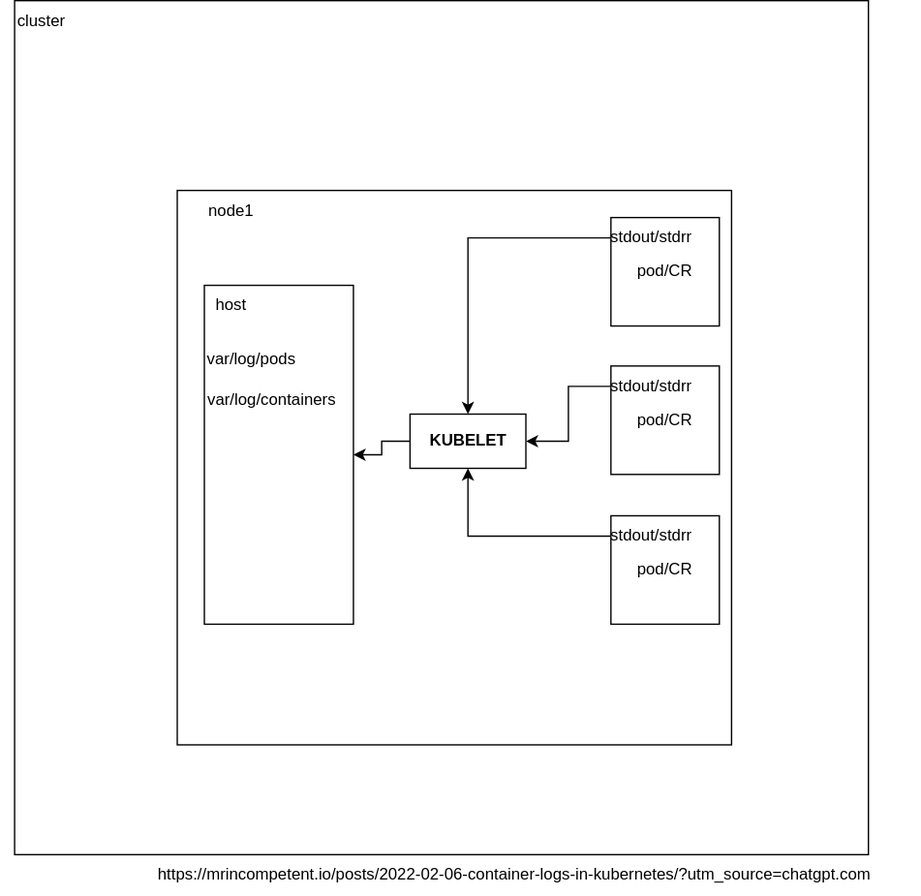
jottakayo/topology-diagrams keeps this draw.io diagram as infrastructure/log-storage-node.drawio.svg. Above is the earlier version. Source tidied: cells renumbered, new cells last; positions are measured from the earlier drawing's top-left corner, leaving out a move shared by most shapes.
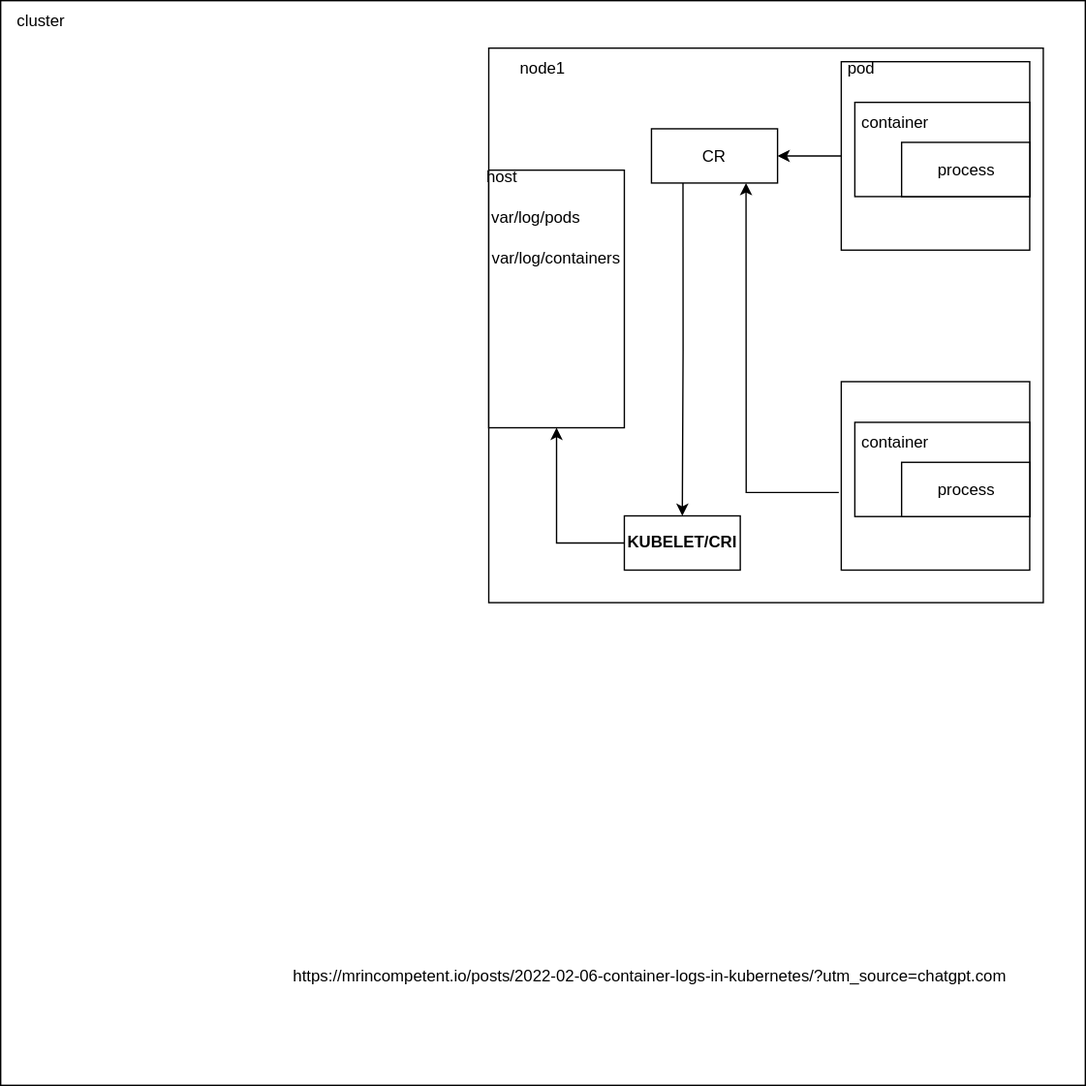
Later version of the same file.

What changed in the source:
```diff
@@ -3,64 +3,76 @@
     <mxCell id="0" />
     <mxCell id="1" parent="0" />
     <mxCell id="2" style="whiteSpace=wrap;html=1;align=center;" parent="1" vertex="1">
-      <mxGeometry x="10" width="630" height="630" as="geometry" />
+      <mxGeometry x="-100" y="-75" width="800" height="800" as="geometry" />
     </mxCell>
     <mxCell id="3" value="cluster" style="text;html=1;align=center;verticalAlign=middle;whiteSpace=wrap;rounded=0;" parent="1" vertex="1">
-      <mxGeometry width="60" height="30" as="geometry" />
+      <mxGeometry x="-100" y="-75" width="60" height="30" as="geometry" />
     </mxCell>
     <mxCell id="4" value="&lt;br&gt;&lt;div&gt;&lt;/div&gt;" style="whiteSpace=wrap;html=1;align=left;" parent="1" vertex="1">
-      <mxGeometry x="130" y="140" width="409" height="409" as="geometry" />
+      <mxGeometry x="260" y="-40" width="409" height="409" as="geometry" />
     </mxCell>
     <mxCell id="5" value="node1" style="text;html=1;align=center;verticalAlign=middle;whiteSpace=wrap;rounded=0;" parent="1" vertex="1">
-      <mxGeometry x="140" y="140" width="60" height="30" as="geometry" />
+      <mxGeometry x="270" y="-40" width="60" height="30" as="geometry" />
     </mxCell>
-    <mxCell id="6" style="edgeStyle=orthogonalEdgeStyle;rounded=0;jettySize=auto;html=1;entryX=0.5;entryY=0;entryDx=0;entryDy=0;exitX=0;exitY=0.5;exitDx=0;exitDy=0;" parent="1" edge="1" source="16" target="15">
-      <mxGeometry relative="1" as="geometry" />
-    </mxCell>
-    <mxCell id="7" value="pod/CR" style="whiteSpace=wrap;html=1;" parent="1" vertex="1">
-      <mxGeometry x="450" y="160" width="80" height="80" as="geometry" />
-    </mxCell>
-    <mxCell id="8" style="edgeStyle=orthogonalEdgeStyle;rounded=0;jettySize=auto;html=1;exitX=0;exitY=0.5;exitDx=0;exitDy=0;entryX=1;entryY=0.5;entryDx=0;entryDy=0;" parent="1" edge="1" source="17" target="15">
-      <mxGeometry relative="1" as="geometry" />
-    </mxCell>
-    <mxCell id="9" value="pod/CR" style="whiteSpace=wrap;html=1;" parent="1" vertex="1">
-      <mxGeometry x="450" y="269.5" width="80" height="80" as="geometry" />
-    </mxCell>
-    <mxCell id="10" style="edgeStyle=orthogonalEdgeStyle;rounded=0;jettySize=auto;html=1;exitX=0;exitY=0.5;exitDx=0;exitDy=0;entryX=0.5;entryY=1;entryDx=0;entryDy=0;" parent="1" edge="1" source="18" target="15">
-      <mxGeometry relative="1" as="geometry" />
-    </mxCell>
-    <mxCell id="11" value="pod/CR" style="whiteSpace=wrap;html=1;" parent="1" vertex="1">
-      <mxGeometry x="450" y="380" width="80" height="80" as="geometry" />
-    </mxCell>
     <mxCell id="12" style="rounded=0;whiteSpace=wrap;html=1;" parent="1" vertex="1">
-      <mxGeometry x="150" y="210" width="110" height="250" as="geometry" />
+      <mxGeometry x="260" y="50" width="100" height="190" as="geometry" />
     </mxCell>
     <mxCell id="13" value="host" style="text;html=1;align=center;verticalAlign=middle;whiteSpace=wrap;rounded=0;" parent="1" vertex="1">
-      <mxGeometry x="140" y="210" width="60" height="30" as="geometry" />
+      <mxGeometry x="240" y="40" width="60" height="30" as="geometry" />
     </mxCell>
-    <mxCell id="14" style="edgeStyle=orthogonalEdgeStyle;rounded=0;jettySize=auto;html=1;exitX=0;exitY=0.5;exitDx=0;exitDy=0;entryX=1;entryY=0.5;entryDx=0;entryDy=0;" parent="1" edge="1" source="15" target="12">
+    <mxCell id="14" style="edgeStyle=orthogonalEdgeStyle;rounded=0;jettySize=auto;html=1;exitX=0;exitY=0.5;exitDx=0;exitDy=0;entryX=0.5;entryY=1;entryDx=0;entryDy=0;" parent="1" edge="1" source="15" target="12">
       <mxGeometry relative="1" as="geometry" />
     </mxCell>
-    <mxCell id="15" value="&lt;b&gt;KUBELET&lt;/b&gt;" style="rounded=0;whiteSpace=wrap;html=1;" parent="1" vertex="1">
-      <mxGeometry x="301.8" y="305" width="85.5" height="40" as="geometry" />
+    <mxCell id="15" value="&lt;b&gt;KUBELET/CRI&lt;/b&gt;" style="rounded=0;whiteSpace=wrap;html=1;" parent="1" vertex="1">
+      <mxGeometry x="360" y="305" width="85.5" height="40" as="geometry" />
     </mxCell>
-    <mxCell id="16" value="stdout/stdrr" style="text;html=1;align=center;verticalAlign=middle;whiteSpace=wrap;rounded=0;" parent="1" vertex="1">
-      <mxGeometry x="450" y="160" width="60" height="30" as="geometry" />
-    </mxCell>
-    <mxCell id="17" value="stdout/stdrr" style="text;html=1;align=center;verticalAlign=middle;whiteSpace=wrap;rounded=0;" parent="1" vertex="1">
-      <mxGeometry x="450" y="269.5" width="60" height="30" as="geometry" />
-    </mxCell>
-    <mxCell id="18" value="stdout/stdrr" style="text;html=1;align=center;verticalAlign=middle;whiteSpace=wrap;rounded=0;" parent="1" vertex="1">
-      <mxGeometry x="450" y="380" width="60" height="30" as="geometry" />
-    </mxCell>
     <mxCell id="19" value="var/log/pods" style="text;html=1;align=center;verticalAlign=middle;whiteSpace=wrap;rounded=0;" parent="1" vertex="1">
-      <mxGeometry x="150" y="250" width="70" height="30" as="geometry" />
+      <mxGeometry x="260" y="70" width="70" height="30" as="geometry" />
     </mxCell>
     <mxCell id="20" value="var/log/containers" style="text;html=1;align=center;verticalAlign=middle;whiteSpace=wrap;rounded=0;" parent="1" vertex="1">
-      <mxGeometry x="150" y="280" width="100" height="30" as="geometry" />
+      <mxGeometry x="260" y="100" width="100" height="30" as="geometry" />
     </mxCell>
     <mxCell id="21" value="https://mrincompetent.io/posts/2022-02-06-container-logs-in-kubernetes/?utm_source=chatgpt.com" style="text;html=1;align=center;verticalAlign=middle;whiteSpace=wrap;rounded=0;" parent="1" vertex="1">
       <mxGeometry x="80" y="630" width="598.2" height="30" as="geometry" />
     </mxCell>
+    <mxCell id="22" style="edgeStyle=orthogonalEdgeStyle;rounded=0;jettySize=auto;html=1;entryX=1;entryY=0.5;entryDx=0;entryDy=0;" parent="1" edge="1" source="23" target="25">
+      <mxGeometry relative="1" as="geometry" />
+    </mxCell>
+    <mxCell id="23" style="whiteSpace=wrap;html=1;" parent="1" vertex="1">
+      <mxGeometry x="520" y="-30" width="139" height="139" as="geometry" />
+    </mxCell>
+    <mxCell id="24" style="edgeStyle=orthogonalEdgeStyle;rounded=0;jettySize=auto;html=1;entryX=0.5;entryY=0;entryDx=0;entryDy=0;exitX=0.25;exitY=1;exitDx=0;exitDy=0;" parent="1" edge="1" source="25" target="15">
+      <mxGeometry relative="1" as="geometry" />
+    </mxCell>
+    <mxCell id="25" value="CR" style="rounded=0;whiteSpace=wrap;html=1;" parent="1" vertex="1">
+      <mxGeometry x="380" y="19.5" width="93" height="40" as="geometry" />
+    </mxCell>
+    <mxCell id="26" style="rounded=0;whiteSpace=wrap;html=1;" parent="1" vertex="1">
+      <mxGeometry x="530" width="129" height="69.5" as="geometry" />
+    </mxCell>
+    <mxCell id="27" value="process" style="rounded=0;whiteSpace=wrap;html=1;" parent="1" vertex="1">
+      <mxGeometry x="564.5" y="29.5" width="94.5" height="40" as="geometry" />
+    </mxCell>
+    <mxCell id="28" value="container" style="text;html=1;align=center;verticalAlign=middle;whiteSpace=wrap;rounded=0;" parent="1" vertex="1">
+      <mxGeometry x="530" width="60" height="30" as="geometry" />
+    </mxCell>
+    <mxCell id="29" value="pod" style="text;html=1;align=center;verticalAlign=middle;whiteSpace=wrap;rounded=0;" parent="1" vertex="1">
+      <mxGeometry x="504.5" y="-40" width="60" height="30" as="geometry" />
+    </mxCell>
+    <mxCell id="30" style="whiteSpace=wrap;html=1;" parent="1" vertex="1">
+      <mxGeometry x="520" y="206" width="139" height="139" as="geometry" />
+    </mxCell>
+    <mxCell id="31" style="rounded=0;whiteSpace=wrap;html=1;" parent="1" vertex="1">
+      <mxGeometry x="530" y="236" width="129" height="69.5" as="geometry" />
+    </mxCell>
+    <mxCell id="32" style="edgeStyle=orthogonalEdgeStyle;rounded=0;jettySize=auto;html=1;entryX=0.75;entryY=1;entryDx=0;entryDy=0;exitX=-0.013;exitY=0.588;exitDx=0;exitDy=0;exitPerimeter=0;" parent="1" edge="1" source="30" target="25">
+      <mxGeometry relative="1" as="geometry" />
+    </mxCell>
+    <mxCell id="33" value="process" style="rounded=0;whiteSpace=wrap;html=1;" parent="1" vertex="1">
+      <mxGeometry x="564.5" y="265.5" width="94.5" height="40" as="geometry" />
+    </mxCell>
+    <mxCell id="34" value="container" style="text;html=1;align=center;verticalAlign=middle;whiteSpace=wrap;rounded=0;" parent="1" vertex="1">
+      <mxGeometry x="530" y="236" width="60" height="30" as="geometry" />
+    </mxCell>
   </root>
 </mxGraphModel>
```
